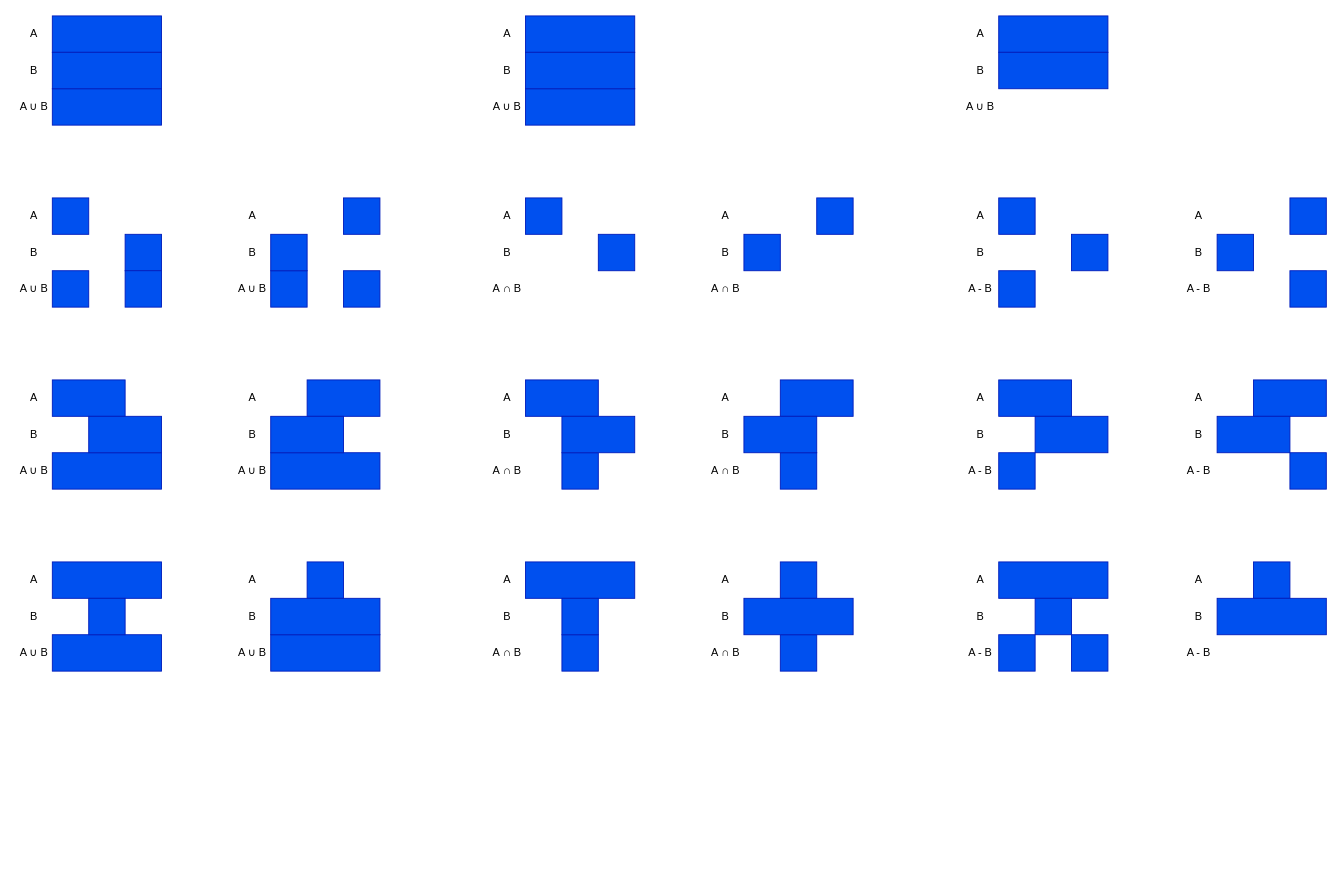
Before: src/SimpleTimeInterval.drawio in yolisses/time-constraints, a draw.io diagram. Source tidied: cells renumbered, new cells numbered last; positions are measured from the earlier drawing's top-left corner, leaving out a move shared by most shapes. Both pictures are drawn from the tidied source at 91%, with x=0, y=0 at pixel (-12, 15).
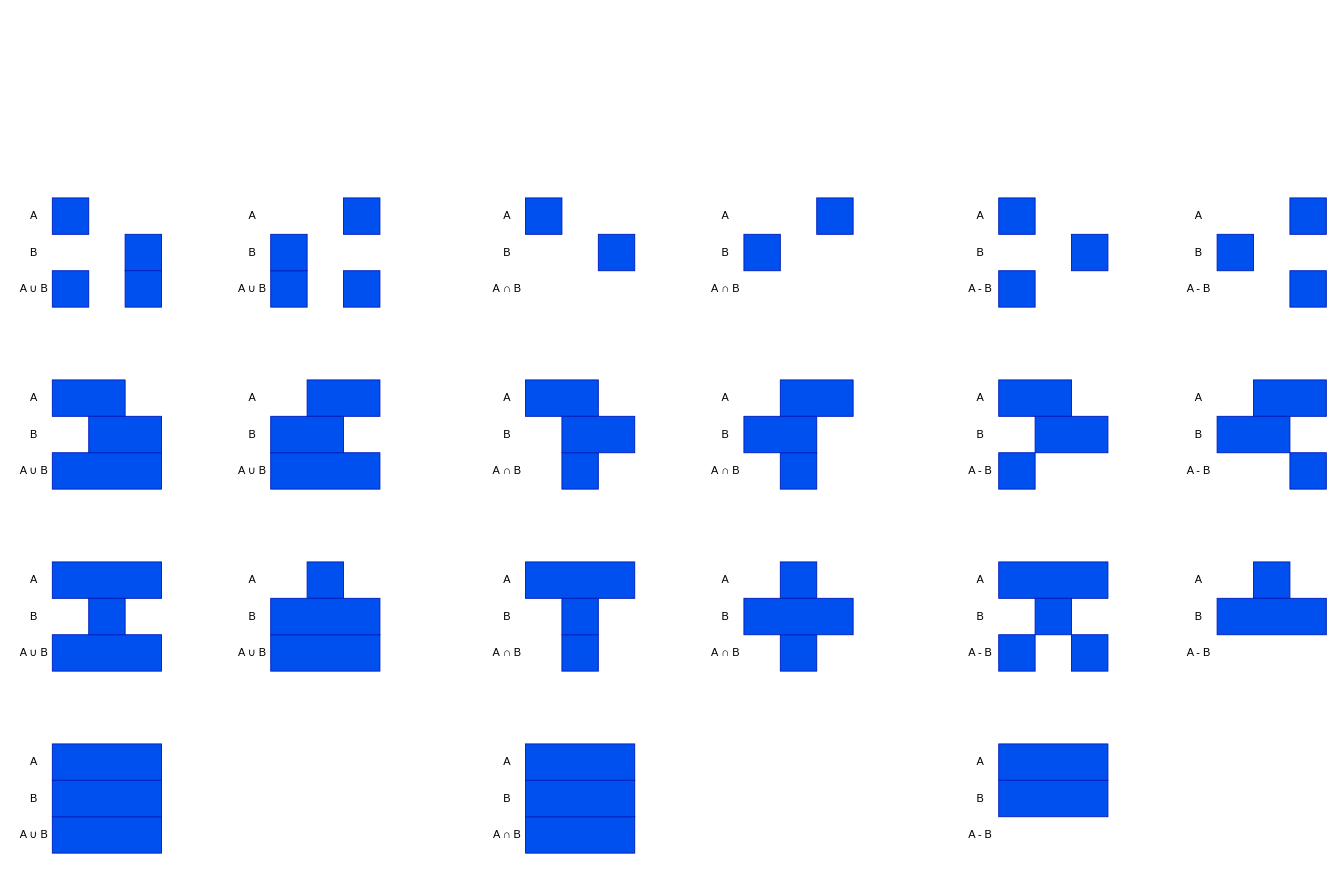
The same page after the edit.

Diff of the diagram source:
```diff
@@
     <mxCell id="111" style="rounded=0;whiteSpace=wrap;html=1;fillColor=#0050ef;fontColor=#ffffff;strokeColor=#001DBC;" parent="1" vertex="1">
-      <mxGeometry x="70" width="120" height="40" as="geometry" />
+      <mxGeometry x="70" y="800" width="120" height="40" as="geometry" />
     </mxCell>
     <mxCell id="112" value="A" style="text;html=1;align=center;verticalAlign=middle;whiteSpace=wrap;rounded=0;" parent="1" vertex="1">
-      <mxGeometry x="30" width="40" height="40" as="geometry" />
+      <mxGeometry x="30" y="800" width="40" height="40" as="geometry" />
     </mxCell>
     <mxCell id="113" value="B" style="text;html=1;align=center;verticalAlign=middle;whiteSpace=wrap;rounded=0;" parent="1" vertex="1">
-      <mxGeometry x="30" y="40" width="40" height="40" as="geometry" />
+      <mxGeometry x="30" y="840" width="40" height="40" as="geometry" />
     </mxCell>
     <mxCell id="114" value="A ∪ B" style="text;html=1;align=center;verticalAlign=middle;whiteSpace=wrap;rounded=0;" parent="1" vertex="1">
-      <mxGeometry x="30" y="80" width="40" height="40" as="geometry" />
+      <mxGeometry x="30" y="880" width="40" height="40" as="geometry" />
     </mxCell>
     <mxCell id="115" style="rounded=0;whiteSpace=wrap;html=1;fillColor=#0050ef;fontColor=#ffffff;strokeColor=#001DBC;" parent="1" vertex="1">
-      <mxGeometry x="70" y="80" width="120" height="40" as="geometry" />
+      <mxGeometry x="70" y="880" width="120" height="40" as="geometry" />
     </mxCell>
     <mxCell id="116" style="rounded=0;whiteSpace=wrap;html=1;fillColor=#0050ef;fontColor=#ffffff;strokeColor=#001DBC;" parent="1" vertex="1">
-      <mxGeometry x="70" y="40" width="120" height="40" as="geometry" />
+      <mxGeometry x="70" y="840" width="120" height="40" as="geometry" />
     </mxCell>
     <mxCell id="117" style="rounded=0;whiteSpace=wrap;html=1;fillColor=#0050ef;fontColor=#ffffff;strokeColor=#001DBC;" parent="1" vertex="1">
-      <mxGeometry x="590" width="120" height="40" as="geometry" />
+      <mxGeometry x="590" y="800" width="120" height="40" as="geometry" />
     </mxCell>
     <mxCell id="118" value="A" style="text;html=1;align=center;verticalAlign=middle;whiteSpace=wrap;rounded=0;" parent="1" vertex="1">
-      <mxGeometry x="550" width="40" height="40" as="geometry" />
+      <mxGeometry x="550" y="800" width="40" height="40" as="geometry" />
     </mxCell>
     <mxCell id="119" value="B" style="text;html=1;align=center;verticalAlign=middle;whiteSpace=wrap;rounded=0;" parent="1" vertex="1">
-      <mxGeometry x="550" y="40" width="40" height="40" as="geometry" />
+      <mxGeometry x="550" y="840" width="40" height="40" as="geometry" />
     </mxCell>
-    <mxCell id="120" value="A ∪ B" style="text;html=1;align=center;verticalAlign=middle;whiteSpace=wrap;rounded=0;" parent="1" vertex="1">
-      <mxGeometry x="550" y="80" width="40" height="40" as="geometry" />
+    <mxCell id="120" value="A ∩&amp;nbsp;B" style="text;html=1;align=center;verticalAlign=middle;whiteSpace=wrap;rounded=0;" parent="1" vertex="1">
+      <mxGeometry x="550" y="880" width="40" height="40" as="geometry" />
     </mxCell>
     <mxCell id="121" style="rounded=0;whiteSpace=wrap;html=1;fillColor=#0050ef;fontColor=#ffffff;strokeColor=#001DBC;" parent="1" vertex="1">
-      <mxGeometry x="590" y="80" width="120" height="40" as="geometry" />
+      <mxGeometry x="590" y="880" width="120" height="40" as="geometry" />
     </mxCell>
     <mxCell id="122" style="rounded=0;whiteSpace=wrap;html=1;fillColor=#0050ef;fontColor=#ffffff;strokeColor=#001DBC;" parent="1" vertex="1">
-      <mxGeometry x="590" y="40" width="120" height="40" as="geometry" />
+      <mxGeometry x="590" y="840" width="120" height="40" as="geometry" />
     </mxCell>
     <mxCell id="123" style="rounded=0;whiteSpace=wrap;html=1;fillColor=#0050ef;fontColor=#ffffff;strokeColor=#001DBC;" parent="1" vertex="1">
-      <mxGeometry x="1110" width="120" height="40" as="geometry" />
+      <mxGeometry x="1110" y="800" width="120" height="40" as="geometry" />
     </mxCell>
     <mxCell id="124" value="A" style="text;html=1;align=center;verticalAlign=middle;whiteSpace=wrap;rounded=0;" parent="1" vertex="1">
-      <mxGeometry x="1070" width="40" height="40" as="geometry" />
+      <mxGeometry x="1070" y="800" width="40" height="40" as="geometry" />
     </mxCell>
     <mxCell id="125" value="B" style="text;html=1;align=center;verticalAlign=middle;whiteSpace=wrap;rounded=0;" parent="1" vertex="1">
-      <mxGeometry x="1070" y="40" width="40" height="40" as="geometry" />
+      <mxGeometry x="1070" y="840" width="40" height="40" as="geometry" />
     </mxCell>
-    <mxCell id="126" value="A ∪ B" style="text;html=1;align=center;verticalAlign=middle;whiteSpace=wrap;rounded=0;" parent="1" vertex="1">
-      <mxGeometry x="1070" y="80" width="40" height="40" as="geometry" />
+    <mxCell id="126" value="A - B" style="text;html=1;align=center;verticalAlign=middle;whiteSpace=wrap;rounded=0;" parent="1" vertex="1">
+      <mxGeometry x="1070" y="880" width="40" height="40" as="geometry" />
     </mxCell>
     <mxCell id="127" style="rounded=0;whiteSpace=wrap;html=1;fillColor=#0050ef;fontColor=#ffffff;strokeColor=#001DBC;" parent="1" vertex="1">
-      <mxGeometry x="1110" y="40" width="120" height="40" as="geometry" />
+      <mxGeometry x="1110" y="840" width="120" height="40" as="geometry" />
     </mxCell>
```
